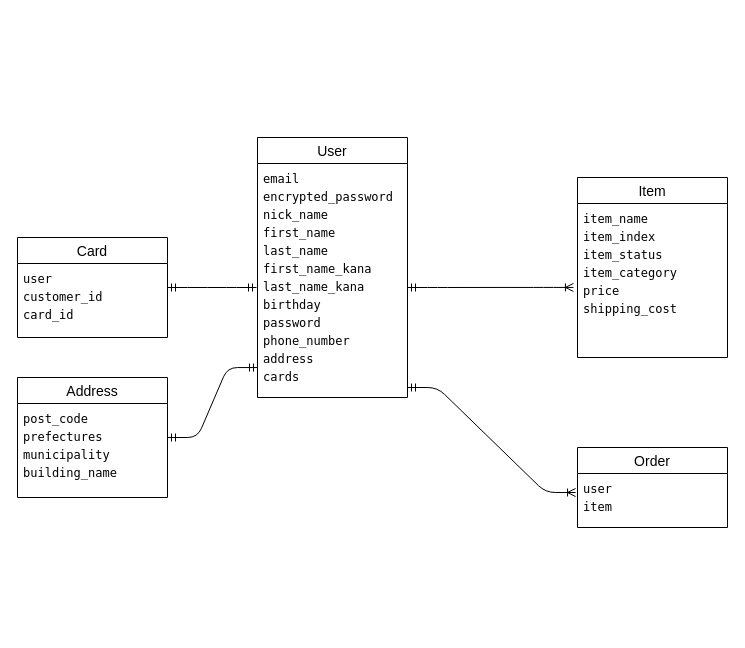
Before: furima.dio in KYoshi-02/furima-41903, a draw.io diagram. Source tidied: cells renumbered, new cells numbered last; positions are measured from the earlier drawing's top-left corner, leaving out a move shared by most shapes. Both pictures are drawn from the tidied source at 100%, with x=0, y=0 at pixel (-23, 137).
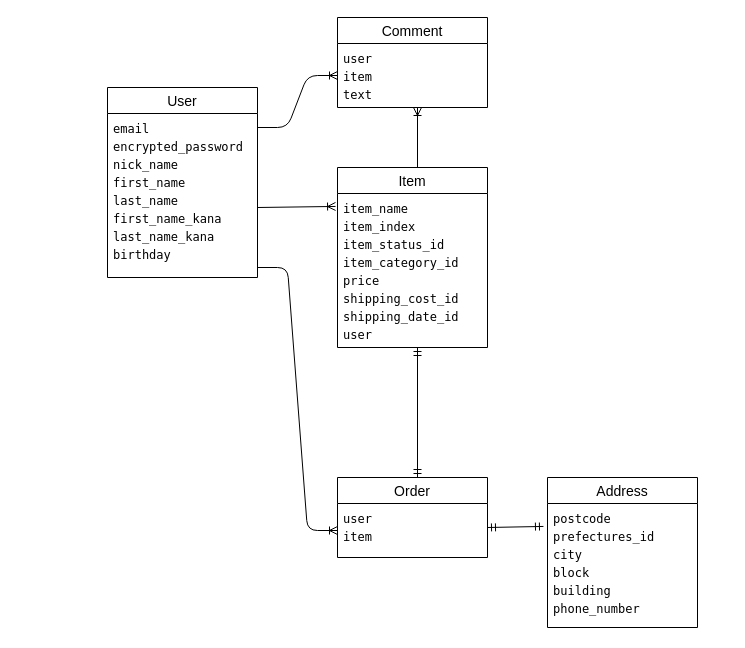
The same page after the edit.

Unchanged cells that the change refers to:
```xml
<mxCell id="7" value="&lt;div style=&quot;font-family: Menlo, Monaco, &amp;quot;Courier New&amp;quot;, monospace; font-weight: normal; font-size: 12px; line-height: 18px; white-space: pre;&quot;&gt;&lt;div style=&quot;&quot;&gt;&lt;span style=&quot;background-color: rgb(255, 255, 255);&quot;&gt;&lt;font style=&quot;color: rgb(0, 0, 0);&quot;&gt;user&lt;/font&gt;&lt;/span&gt;&lt;/div&gt;&lt;div style=&quot;&quot;&gt;&lt;span style=&quot;background-color: rgb(255, 255, 255); color: rgb(204, 204, 204);&quot;&gt;&lt;font style=&quot;color: rgb(0, 0, 0);&quot;&gt;item&lt;/font&gt;&lt;/span&gt;&lt;/div&gt;&lt;/div&gt;" style="text;strokeColor=none;fillColor=none;spacingLeft=4;spacingRight=4;overflow=hidden;points=[[0,0.5],[1,0.5]];portConstraint=eastwest;fontSize=12;whiteSpace=wrap;html=1;" parent="6" vertex="1">
  <mxGeometry y="26" width="150" height="54" as="geometry" />
</mxCell>
```

Diff of the diagram source:
```diff
@@
     <mxCell id="2" value="Address" style="swimlane;fontStyle=0;horizontal=1;startSize=26;align=center;fontSize=14;" parent="1" vertex="1">
-      <mxGeometry x="40" y="240" width="150" height="120" as="geometry" />
+      <mxGeometry x="570" y="340" width="150" height="150" as="geometry" />
     </mxCell>
-    <mxCell id="3" value="&lt;div style=&quot;font-family: Menlo, Monaco, &amp;quot;Courier New&amp;quot;, monospace; line-height: 18px; white-space: pre;&quot;&gt;&lt;div style=&quot;&quot;&gt;&lt;span style=&quot;background-color: rgb(255, 255, 255);&quot;&gt;&lt;font style=&quot;color: rgb(0, 0, 0);&quot;&gt;post_code&lt;/font&gt;&lt;/span&gt;&lt;/div&gt;&lt;div style=&quot;&quot;&gt;&lt;font style=&quot;color: rgb(0, 0, 0); background-color: rgb(255, 255, 255);&quot;&gt;prefectures &lt;/font&gt;&lt;/div&gt;&lt;div style=&quot;&quot;&gt;&lt;span style=&quot;background-color: rgb(255, 255, 255); color: rgb(204, 204, 204);&quot;&gt;&lt;font style=&quot;color: rgb(0, 0, 0);&quot;&gt;municipality&lt;/font&gt;&lt;/span&gt;&lt;/div&gt;&lt;div style=&quot;&quot;&gt;&lt;span style=&quot;background-color: rgb(255, 255, 255); color: rgb(204, 204, 204);&quot;&gt;&lt;font style=&quot;color: rgb(0, 0, 0);&quot;&gt;building_name&lt;/font&gt;&lt;/span&gt;&lt;/div&gt;&lt;/div&gt;" style="text;strokeColor=none;fillColor=none;spacingLeft=4;spacingRight=4;overflow=hidden;points=[[0,0.5],[1,0.5]];portConstraint=eastwest;fontSize=12;whiteSpace=wrap;html=1;" parent="2" vertex="1">
-      <mxGeometry y="26" width="150" height="94" as="geometry" />
+    <mxCell id="3" value="&lt;div style=&quot;font-family: Menlo, Monaco, &amp;quot;Courier New&amp;quot;, monospace; line-height: 18px; white-space: pre;&quot;&gt;&lt;div style=&quot;&quot;&gt;&lt;div style=&quot;line-height: 18px;&quot;&gt;&lt;div style=&quot;&quot;&gt;&lt;span style=&quot;background-color: rgb(255, 255, 255);&quot;&gt;&lt;font style=&quot;color: rgb(0, 0, 0);&quot;&gt;postcode&lt;/font&gt;&lt;/span&gt;&lt;/div&gt;&lt;div style=&quot;&quot;&gt;&lt;span style=&quot;background-color: rgb(255, 255, 255); color: rgb(204, 204, 204);&quot;&gt;&lt;font style=&quot;color: rgb(0, 0, 0);&quot;&gt;prefectures_id&lt;/font&gt;&lt;/span&gt;&lt;/div&gt;&lt;div style=&quot;&quot;&gt;&lt;span style=&quot;background-color: rgb(255, 255, 255); color: rgb(204, 204, 204);&quot;&gt;&lt;font style=&quot;color: rgb(0, 0, 0);&quot;&gt;city&lt;/font&gt;&lt;/span&gt;&lt;/div&gt;&lt;div style=&quot;&quot;&gt;&lt;span style=&quot;background-color: rgb(255, 255, 255); color: rgb(204, 204, 204);&quot;&gt;&lt;font style=&quot;color: rgb(0, 0, 0);&quot;&gt;block&lt;/font&gt;&lt;/span&gt;&lt;/div&gt;&lt;div style=&quot;&quot;&gt;&lt;span style=&quot;background-color: rgb(255, 255, 255); color: rgb(204, 204, 204);&quot;&gt;&lt;font style=&quot;color: rgb(0, 0, 0);&quot;&gt;building &lt;/font&gt;&lt;/span&gt;&lt;/div&gt;&lt;div style=&quot;&quot;&gt;&lt;span style=&quot;background-color: rgb(255, 255, 255); color: rgb(204, 204, 204);&quot;&gt;&lt;font style=&quot;color: rgb(0, 0, 0);&quot;&gt;phone_number&lt;/font&gt;&lt;/span&gt;&lt;/div&gt;&lt;/div&gt;&lt;/div&gt;&lt;/div&gt;" style="text;strokeColor=none;fillColor=none;spacingLeft=4;spacingRight=4;overflow=hidden;points=[[0,0.5],[1,0.5]];portConstraint=eastwest;fontSize=12;whiteSpace=wrap;html=1;" parent="2" vertex="1">
+      <mxGeometry y="26" width="150" height="124" as="geometry" />
     </mxCell>
     <mxCell id="4" value="Item" style="swimlane;fontStyle=0;horizontal=1;startSize=26;align=center;fontSize=14;" parent="1" vertex="1">
-      <mxGeometry x="600" y="40" width="150" height="180" as="geometry" />
+      <mxGeometry x="360" y="30" width="150" height="180" as="geometry" />
     </mxCell>
-    <mxCell id="5" value="&lt;div style=&quot;font-family: Menlo, Monaco, &amp;quot;Courier New&amp;quot;, monospace; line-height: 18px; white-space: pre;&quot;&gt;&lt;div style=&quot;&quot;&gt;&lt;span style=&quot;background-color: rgb(255, 255, 255);&quot;&gt;&lt;font style=&quot;color: rgb(0, 0, 0);&quot;&gt;item_name    &lt;/font&gt;&lt;/span&gt;&lt;/div&gt;&lt;div style=&quot;&quot;&gt;&lt;span style=&quot;background-color: rgb(255, 255, 255); color: rgb(204, 204, 204);&quot;&gt;&lt;font style=&quot;color: rgb(0, 0, 0);&quot;&gt;item_index   &lt;/font&gt;&lt;/span&gt;&lt;/div&gt;&lt;div style=&quot;&quot;&gt;&lt;span style=&quot;background-color: rgb(255, 255, 255); color: rgb(204, 204, 204);&quot;&gt;&lt;font style=&quot;color: rgb(0, 0, 0);&quot;&gt;item_status  &lt;/font&gt;&lt;/span&gt;&lt;/div&gt;&lt;div style=&quot;&quot;&gt;&lt;span style=&quot;background-color: rgb(255, 255, 255); color: rgb(204, 204, 204);&quot;&gt;&lt;font style=&quot;color: rgb(0, 0, 0);&quot;&gt;item_category&lt;/font&gt;&lt;/span&gt;&lt;/div&gt;&lt;div style=&quot;&quot;&gt;&lt;span style=&quot;background-color: rgb(255, 255, 255); color: rgb(204, 204, 204);&quot;&gt;&lt;font style=&quot;color: rgb(0, 0, 0);&quot;&gt;price        &lt;/font&gt;&lt;/span&gt;&lt;/div&gt;&lt;div style=&quot;&quot;&gt;&lt;span style=&quot;background-color: rgb(255, 255, 255); color: rgb(204, 204, 204);&quot;&gt;&lt;font style=&quot;color: rgb(0, 0, 0);&quot;&gt;shipping_cost&lt;/font&gt;&lt;/span&gt;&lt;/div&gt;&lt;/div&gt;" style="text;strokeColor=none;fillColor=none;spacingLeft=4;spacingRight=4;overflow=hidden;points=[[0,0.5],[1,0.5]];portConstraint=eastwest;fontSize=12;whiteSpace=wrap;html=1;" parent="4" vertex="1">
+    <mxCell id="5" value="&lt;div style=&quot;font-family: Menlo, Monaco, &amp;quot;Courier New&amp;quot;, monospace; line-height: 18px; white-space: pre;&quot;&gt;&lt;div style=&quot;&quot;&gt;&lt;span style=&quot;background-color: rgb(255, 255, 255);&quot;&gt;&lt;font style=&quot;color: rgb(0, 0, 0);&quot;&gt;item_name    &lt;/font&gt;&lt;/span&gt;&lt;/div&gt;&lt;div style=&quot;&quot;&gt;&lt;span style=&quot;background-color: rgb(255, 255, 255); color: rgb(204, 204, 204);&quot;&gt;&lt;font style=&quot;color: rgb(0, 0, 0);&quot;&gt;item_index   &lt;/font&gt;&lt;/span&gt;&lt;/div&gt;&lt;div style=&quot;&quot;&gt;&lt;span style=&quot;background-color: rgb(255, 255, 255); color: rgb(204, 204, 204);&quot;&gt;&lt;font style=&quot;color: rgb(0, 0, 0);&quot;&gt;item_status_id  &lt;/font&gt;&lt;/span&gt;&lt;/div&gt;&lt;div style=&quot;&quot;&gt;&lt;span style=&quot;background-color: rgb(255, 255, 255); color: rgb(204, 204, 204);&quot;&gt;&lt;font style=&quot;color: rgb(0, 0, 0);&quot;&gt;item_category_id&lt;/font&gt;&lt;/span&gt;&lt;/div&gt;&lt;div style=&quot;&quot;&gt;&lt;span style=&quot;background-color: rgb(255, 255, 255); color: rgb(204, 204, 204);&quot;&gt;&lt;font style=&quot;color: rgb(0, 0, 0);&quot;&gt;price        &lt;/font&gt;&lt;/span&gt;&lt;/div&gt;&lt;div style=&quot;&quot;&gt;&lt;span style=&quot;background-color: rgb(255, 255, 255); color: rgb(204, 204, 204);&quot;&gt;&lt;font style=&quot;color: rgb(0, 0, 0);&quot;&gt;shipping_cost_id&lt;/font&gt;&lt;/span&gt;&lt;/div&gt;&lt;div style=&quot;&quot;&gt;&lt;span style=&quot;background-color: rgb(255, 255, 255); color: rgb(204, 204, 204);&quot;&gt;&lt;font style=&quot;color: rgb(0, 0, 0);&quot;&gt;shipping_date_id&lt;/font&gt;&lt;/span&gt;&lt;/div&gt;&lt;div style=&quot;&quot;&gt;&lt;span style=&quot;background-color: rgb(255, 255, 255); color: rgb(204, 204, 204);&quot;&gt;&lt;font style=&quot;color: rgb(0, 0, 0);&quot;&gt;user&lt;/font&gt;&lt;/span&gt;&lt;/div&gt;&lt;/div&gt;" style="text;strokeColor=none;fillColor=none;spacingLeft=4;spacingRight=4;overflow=hidden;points=[[0,0.5],[1,0.5]];portConstraint=eastwest;fontSize=12;whiteSpace=wrap;html=1;" parent="4" vertex="1">
       <mxGeometry y="26" width="150" height="154" as="geometry" />
     </mxCell>
     <mxCell id="6" value="Order" style="swimlane;fontStyle=0;horizontal=1;startSize=26;align=center;fontSize=14;" parent="1" vertex="1">
-      <mxGeometry x="600" y="310" width="150" height="80" as="geometry" />
+      <mxGeometry x="360" y="340" width="150" height="80" as="geometry" />
     </mxCell>
@@
-    <mxCell id="8" value="Card" style="swimlane;fontStyle=0;horizontal=1;startSize=26;align=center;fontSize=14;" parent="1" vertex="1">
-      <mxGeometry x="40" y="100" width="150" height="100" as="geometry" />
-    </mxCell>
-    <mxCell id="9" value="&lt;div style=&quot;font-family: Menlo, Monaco, &amp;quot;Courier New&amp;quot;, monospace; line-height: 18px; white-space: pre;&quot;&gt;&lt;div style=&quot;&quot;&gt;&lt;span style=&quot;background-color: rgb(255, 255, 255);&quot;&gt;&lt;font style=&quot;color: rgb(0, 0, 0);&quot;&gt;user&lt;/font&gt;&lt;/span&gt;&lt;/div&gt;&lt;div style=&quot;&quot;&gt;&lt;span style=&quot;background-color: rgb(255, 255, 255); color: rgb(204, 204, 204);&quot;&gt;&lt;font style=&quot;color: rgb(0, 0, 0);&quot;&gt;customer_id&lt;/font&gt;&lt;/span&gt;&lt;/div&gt;&lt;div style=&quot;&quot;&gt;&lt;span style=&quot;background-color: rgb(255, 255, 255); color: rgb(204, 204, 204);&quot;&gt;&lt;font style=&quot;color: rgb(0, 0, 0);&quot;&gt;card_id&lt;/font&gt;&lt;/span&gt;&lt;/div&gt;&lt;/div&gt;" style="text;strokeColor=none;fillColor=none;spacingLeft=4;spacingRight=4;overflow=hidden;fontSize=12;whiteSpace=wrap;html=1;" parent="8" vertex="1">
-      <mxGeometry y="26" width="150" height="74" as="geometry" />
-    </mxCell>
     <mxCell id="10" value="User" style="swimlane;fontStyle=0;horizontal=1;startSize=26;align=center;fontSize=14;" parent="1" vertex="1">
-      <mxGeometry x="280" width="150" height="260" as="geometry" />
+      <mxGeometry x="130" y="-50" width="150" height="190" as="geometry" />
     </mxCell>
-    <mxCell id="11" value="&lt;div style=&quot;font-family: Menlo, Monaco, &amp;quot;Courier New&amp;quot;, monospace; font-weight: normal; font-size: 12px; line-height: 18px; white-space: pre;&quot;&gt;&lt;div style=&quot;&quot;&gt;&lt;span style=&quot;background-color: rgb(255, 255, 255);&quot;&gt;&lt;font style=&quot;color: rgb(0, 0, 0);&quot;&gt;email&lt;/font&gt;&lt;/span&gt;&lt;/div&gt;&lt;div style=&quot;&quot;&gt;&lt;span style=&quot;background-color: rgb(255, 255, 255); color: rgb(204, 204, 204);&quot;&gt;&lt;font style=&quot;color: rgb(0, 0, 0);&quot;&gt;encrypted_password&lt;/font&gt;&lt;/span&gt;&lt;/div&gt;&lt;div style=&quot;&quot;&gt;&lt;span style=&quot;background-color: rgb(255, 255, 255); color: rgb(204, 204, 204);&quot;&gt;&lt;font style=&quot;color: rgb(0, 0, 0);&quot;&gt;nick_name    &lt;/font&gt;&lt;/span&gt;&lt;/div&gt;&lt;div style=&quot;&quot;&gt;&lt;span style=&quot;background-color: rgb(255, 255, 255); color: rgb(204, 204, 204);&quot;&gt;&lt;font style=&quot;color: rgb(0, 0, 0);&quot;&gt;first_name         &lt;/font&gt;&lt;/span&gt;&lt;/div&gt;&lt;div style=&quot;&quot;&gt;&lt;span style=&quot;background-color: rgb(255, 255, 255); color: rgb(204, 204, 204);&quot;&gt;&lt;font style=&quot;color: rgb(0, 0, 0);&quot;&gt;last_name          &lt;/font&gt;&lt;/span&gt;&lt;/div&gt;&lt;div style=&quot;&quot;&gt;&lt;span style=&quot;background-color: rgb(255, 255, 255);&quot;&gt;&lt;font style=&quot;color: rgb(0, 0, 0);&quot;&gt;first_name_kana &lt;/font&gt;&lt;/span&gt;&lt;/div&gt;&lt;div style=&quot;&quot;&gt;&lt;span style=&quot;background-color: rgb(255, 255, 255); color: rgb(204, 204, 204);&quot;&gt;&lt;font style=&quot;color: rgb(0, 0, 0);&quot;&gt;last_name_kana&lt;/font&gt;&lt;/span&gt;&lt;/div&gt;&lt;div style=&quot;&quot;&gt;&lt;span style=&quot;background-color: rgb(255, 255, 255); color: rgb(204, 204, 204);&quot;&gt;&lt;font style=&quot;color: rgb(0, 0, 0);&quot;&gt;birthday           &lt;/font&gt;&lt;/span&gt;&lt;/div&gt;&lt;div style=&quot;&quot;&gt;&lt;span style=&quot;background-color: rgb(255, 255, 255); color: rgb(204, 204, 204);&quot;&gt;&lt;font style=&quot;color: rgb(0, 0, 0);&quot;&gt;password          &lt;/font&gt;&lt;/span&gt;&lt;/div&gt;&lt;div style=&quot;&quot;&gt;&lt;span style=&quot;background-color: rgb(255, 255, 255); color: rgb(204, 204, 204);&quot;&gt;&lt;font style=&quot;color: rgb(0, 0, 0);&quot;&gt;phone_number       &lt;/font&gt;&lt;/span&gt;&lt;/div&gt;&lt;div style=&quot;&quot;&gt;&lt;span style=&quot;background-color: rgb(255, 255, 255); color: rgb(204, 204, 204);&quot;&gt;&lt;font style=&quot;color: rgb(0, 0, 0);&quot;&gt;address            &lt;/font&gt;&lt;/span&gt;&lt;/div&gt;&lt;div style=&quot;&quot;&gt;&lt;span style=&quot;background-color: rgb(255, 255, 255); color: rgb(204, 204, 204);&quot;&gt;&lt;font style=&quot;color: rgb(0, 0, 0);&quot;&gt;cards             &lt;/font&gt;&lt;/span&gt;&lt;/div&gt;&lt;/div&gt;" style="text;spacingLeft=4;spacingRight=4;overflow=hidden;points=[[0,0.5],[1,0.5]];portConstraint=eastwest;fontSize=12;whiteSpace=wrap;html=1;" parent="10" vertex="1">
-      <mxGeometry y="26" width="150" height="234" as="geometry" />
+    <mxCell id="11" value="&lt;div style=&quot;font-family: Menlo, Monaco, &amp;quot;Courier New&amp;quot;, monospace; font-weight: normal; font-size: 12px; line-height: 18px; white-space: pre;&quot;&gt;&lt;div style=&quot;&quot;&gt;&lt;span style=&quot;background-color: rgb(255, 255, 255);&quot;&gt;&lt;font style=&quot;color: rgb(0, 0, 0);&quot;&gt;email&lt;/font&gt;&lt;/span&gt;&lt;/div&gt;&lt;div style=&quot;&quot;&gt;&lt;span style=&quot;background-color: rgb(255, 255, 255); color: rgb(204, 204, 204);&quot;&gt;&lt;font style=&quot;color: rgb(0, 0, 0);&quot;&gt;encrypted_password&lt;/font&gt;&lt;/span&gt;&lt;/div&gt;&lt;div style=&quot;&quot;&gt;&lt;span style=&quot;background-color: rgb(255, 255, 255); color: rgb(204, 204, 204);&quot;&gt;&lt;font style=&quot;color: rgb(0, 0, 0);&quot;&gt;nick_name    &lt;/font&gt;&lt;/span&gt;&lt;/div&gt;&lt;div style=&quot;&quot;&gt;&lt;span style=&quot;background-color: rgb(255, 255, 255); color: rgb(204, 204, 204);&quot;&gt;&lt;font style=&quot;color: rgb(0, 0, 0);&quot;&gt;first_name         &lt;/font&gt;&lt;/span&gt;&lt;/div&gt;&lt;div style=&quot;&quot;&gt;&lt;span style=&quot;background-color: rgb(255, 255, 255); color: rgb(204, 204, 204);&quot;&gt;&lt;font style=&quot;color: rgb(0, 0, 0);&quot;&gt;last_name          &lt;/font&gt;&lt;/span&gt;&lt;/div&gt;&lt;div style=&quot;&quot;&gt;&lt;span style=&quot;background-color: rgb(255, 255, 255);&quot;&gt;&lt;font style=&quot;color: rgb(0, 0, 0);&quot;&gt;first_name_kana &lt;/font&gt;&lt;/span&gt;&lt;/div&gt;&lt;div style=&quot;&quot;&gt;&lt;span style=&quot;background-color: rgb(255, 255, 255); color: rgb(204, 204, 204);&quot;&gt;&lt;font style=&quot;color: rgb(0, 0, 0);&quot;&gt;last_name_kana&lt;/font&gt;&lt;/span&gt;&lt;/div&gt;&lt;div style=&quot;&quot;&gt;&lt;span style=&quot;background-color: rgb(255, 255, 255); color: rgb(204, 204, 204);&quot;&gt;&lt;font style=&quot;color: rgb(0, 0, 0);&quot;&gt;birthday&lt;/font&gt;&lt;/span&gt;&lt;/div&gt;&lt;/div&gt;" style="text;spacingLeft=4;spacingRight=4;overflow=hidden;points=[[0,0.5],[1,0.5]];portConstraint=eastwest;fontSize=12;whiteSpace=wrap;html=1;" parent="10" vertex="1">
+      <mxGeometry y="26" width="150" height="164" as="geometry" />
     </mxCell>
-    <mxCell id="12" style="edgeStyle=entityRelationEdgeStyle;fontSize=12;html=1;endArrow=ERmandOne;startArrow=ERmandOne;entryX=-0.007;entryY=0.355;entryDx=0;entryDy=0;entryPerimeter=0;exitX=1;exitY=0.324;exitDx=0;exitDy=0;exitPerimeter=0;" parent="1" edge="1">
-      <mxGeometry relative="1" as="geometry">
-        <mxPoint x="190" y="150" as="sourcePoint" />
-        <mxPoint x="279" y="150" as="targetPoint" />
-        <Array as="points">
-          <mxPoint x="190" y="150" />
-          <mxPoint x="200" y="160" />
-          <mxPoint x="200" y="150.9" />
-        </Array>
-      </mxGeometry>
-    </mxCell>
-    <mxCell id="13" style="edgeStyle=entityRelationEdgeStyle;fontSize=12;html=1;endArrow=ERoneToMany;startArrow=ERmandOne;entryX=-0.027;entryY=0.545;entryDx=0;entryDy=0;entryPerimeter=0;" parent="1" edge="1" target="5">
-      <mxGeometry relative="1" as="geometry">
-        <mxPoint x="430" y="150" as="sourcePoint" />
-      </mxGeometry>
-    </mxCell>
-    <mxCell id="14" style="edgeStyle=entityRelationEdgeStyle;fontSize=12;html=1;endArrow=ERoneToMany;startArrow=ERmandOne;entryX=-0.013;entryY=0.352;entryDx=0;entryDy=0;entryPerimeter=0;" parent="1" edge="1" target="7">
-      <mxGeometry relative="1" as="geometry">
-        <mxPoint x="430" y="250" as="sourcePoint" />
-      </mxGeometry>
-    </mxCell>
-    <mxCell id="15" style="edgeStyle=entityRelationEdgeStyle;fontSize=12;html=1;endArrow=ERmandOne;startArrow=ERmandOne;entryX=0;entryY=0.872;entryDx=0;entryDy=0;entryPerimeter=0;" parent="1" edge="1" target="11">
-      <mxGeometry relative="1" as="geometry">
-        <mxPoint x="190" y="300" as="sourcePoint" />
-        <Array as="points">
-          <mxPoint y="430" />
-          <mxPoint x="250" y="435" />
-          <mxPoint x="180" y="370" />
-        </Array>
-      </mxGeometry>
-    </mxCell>
+    <mxCell id="16" value="Comment" style="swimlane;fontStyle=0;horizontal=1;startSize=26;align=center;fontSize=14;" parent="1" vertex="1">
+      <mxGeometry x="360" y="-120" width="150" height="90" as="geometry" />
+    </mxCell>
+    <mxCell id="17" value="&lt;div style=&quot;font-family: Menlo, Monaco, &amp;quot;Courier New&amp;quot;, monospace; line-height: 18px; white-space: pre;&quot;&gt;&lt;div style=&quot;&quot;&gt;&lt;span style=&quot;background-color: rgb(255, 255, 255);&quot;&gt;&lt;font style=&quot;color: rgb(0, 0, 0);&quot;&gt;user&lt;/font&gt;&lt;/span&gt;&lt;/div&gt;&lt;div style=&quot;&quot;&gt;&lt;span style=&quot;background-color: rgb(255, 255, 255); color: rgb(204, 204, 204);&quot;&gt;&lt;font style=&quot;color: rgb(0, 0, 0);&quot;&gt;item&lt;/font&gt;&lt;/span&gt;&lt;/div&gt;&lt;div style=&quot;&quot;&gt;&lt;font color=&quot;#000000&quot;&gt;&lt;span style=&quot;background-color: rgb(255, 255, 255);&quot;&gt;text&lt;/span&gt;&lt;/font&gt;&lt;/div&gt;&lt;/div&gt;" style="text;strokeColor=none;fillColor=none;spacingLeft=4;spacingRight=4;overflow=hidden;points=[[0,0.5],[1,0.5]];portConstraint=eastwest;fontSize=12;whiteSpace=wrap;html=1;" parent="16" vertex="1">
+      <mxGeometry y="26" width="150" height="64" as="geometry" />
+    </mxCell>
+    <mxCell id="18" style="fontSize=12;html=1;endArrow=ERoneToMany;" parent="16" edge="1">
+      <mxGeometry relative="1" as="geometry">
+        <mxPoint x="80" y="150" as="sourcePoint" />
+        <mxPoint x="80" y="90" as="targetPoint" />
+      </mxGeometry>
+    </mxCell>
+    <mxCell id="19" style="edgeStyle=entityRelationEdgeStyle;fontSize=12;html=1;endArrow=ERoneToMany;entryX=0;entryY=0.5;entryDx=0;entryDy=0;" parent="1" edge="1" target="17">
+      <mxGeometry relative="1" as="geometry">
+        <mxPoint x="280" y="-10" as="sourcePoint" />
+      </mxGeometry>
+    </mxCell>
+    <mxCell id="20" style="edgeStyle=entityRelationEdgeStyle;fontSize=12;html=1;endArrow=ERoneToMany;entryX=0;entryY=0.5;entryDx=0;entryDy=0;" parent="1" edge="1" target="7">
+      <mxGeometry relative="1" as="geometry">
+        <mxPoint x="280" y="130" as="sourcePoint" />
+      </mxGeometry>
+    </mxCell>
+    <mxCell id="21" style="fontSize=12;html=1;endArrow=ERmandOne;startArrow=ERmandOne;" parent="1" edge="1">
+      <mxGeometry relative="1" as="geometry">
+        <mxPoint x="440" y="340" as="sourcePoint" />
+        <mxPoint x="440" y="210" as="targetPoint" />
+      </mxGeometry>
+    </mxCell>
+    <mxCell id="22" style="fontSize=12;html=1;endArrow=ERoneToMany;entryX=-0.013;entryY=0.084;entryDx=0;entryDy=0;entryPerimeter=0;" parent="1" edge="1" target="5">
+      <mxGeometry relative="1" as="geometry">
+        <mxPoint x="280" y="70" as="sourcePoint" />
+      </mxGeometry>
+    </mxCell>
+    <mxCell id="23" style="fontSize=12;html=1;endArrow=ERmandOne;startArrow=ERmandOne;entryX=-0.027;entryY=0.185;entryDx=0;entryDy=0;entryPerimeter=0;" parent="1" edge="1" target="3">
+      <mxGeometry relative="1" as="geometry">
+        <mxPoint x="510" y="390" as="sourcePoint" />
+      </mxGeometry>
+    </mxCell>
```
